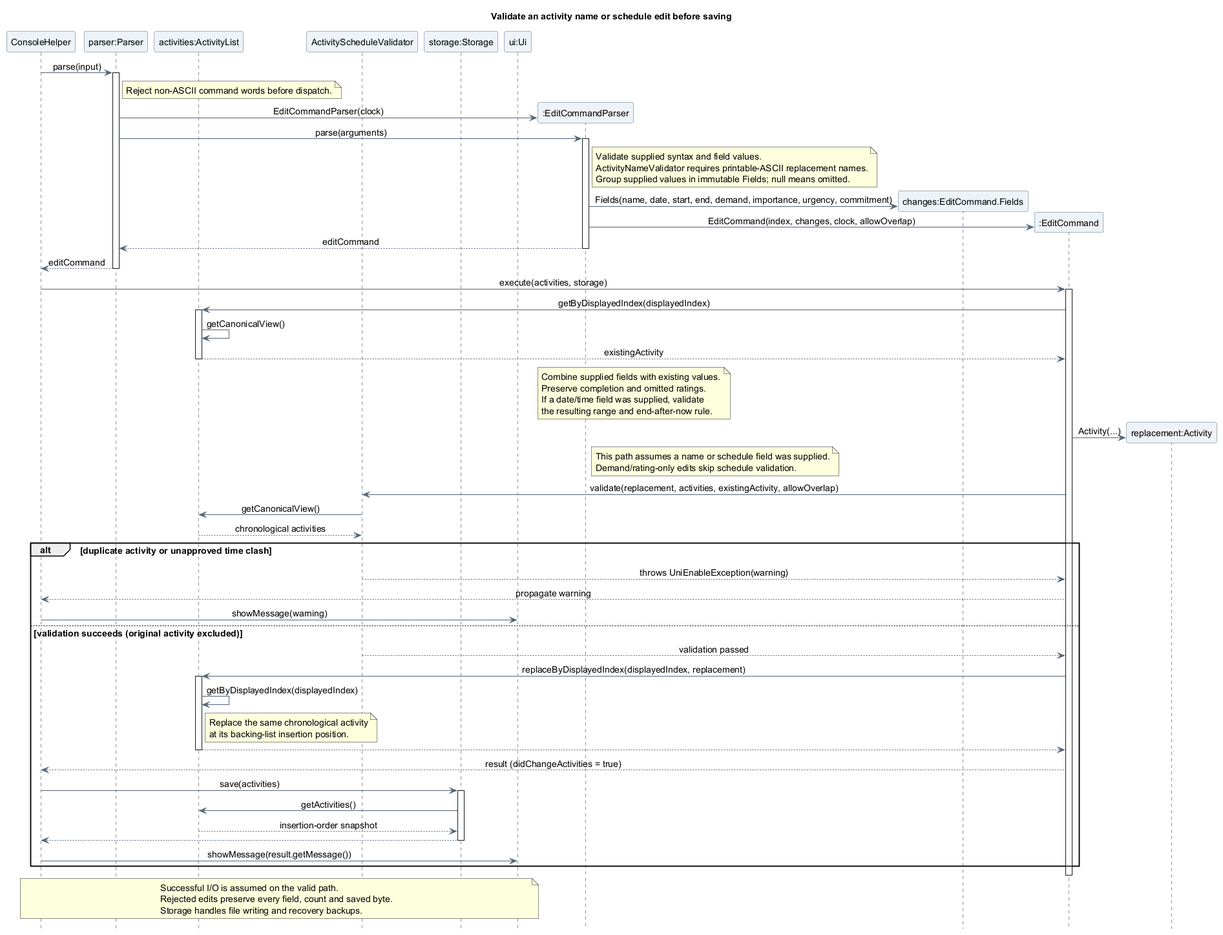
The PlantUML diagram docs/images/oliver/sequence/EditActivitySequence.png in AY2627S1-CS2113-T10-4/tp, before a commit.
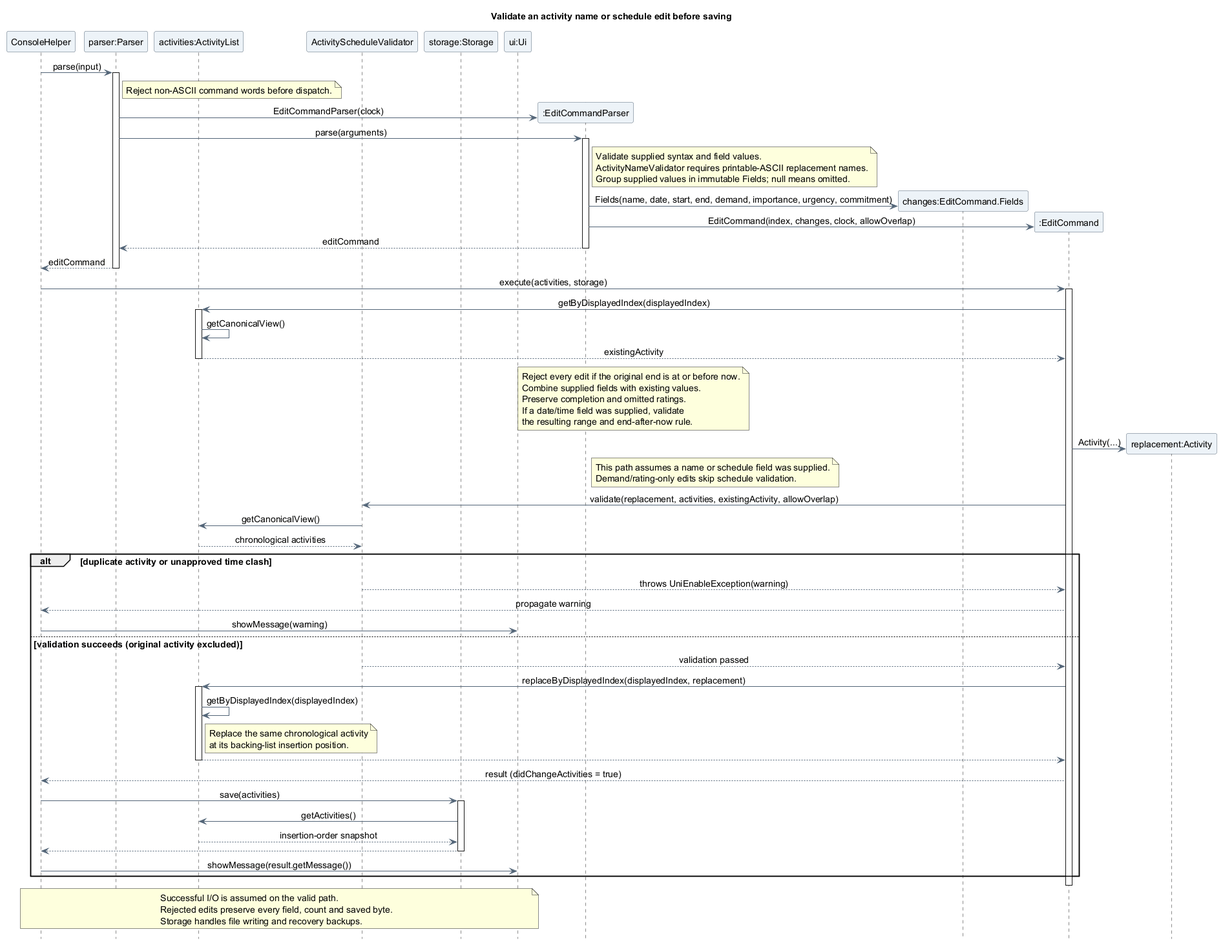
The same diagram one commit later.

Commit message:
fix(activity): prohibit every edit to ended activities

The edit, as a diff of the source:
```diff
@@ -48,6 +48,7 @@
 Activities --> Edit : existingActivity
 deactivate Activities
 note over Edit, Activities
+  Reject every edit if the original end is at or before now.
   Combine supplied fields with existing values.
   Preserve completion and omitted ratings.
   If a date/time field was supplied, validate
```
